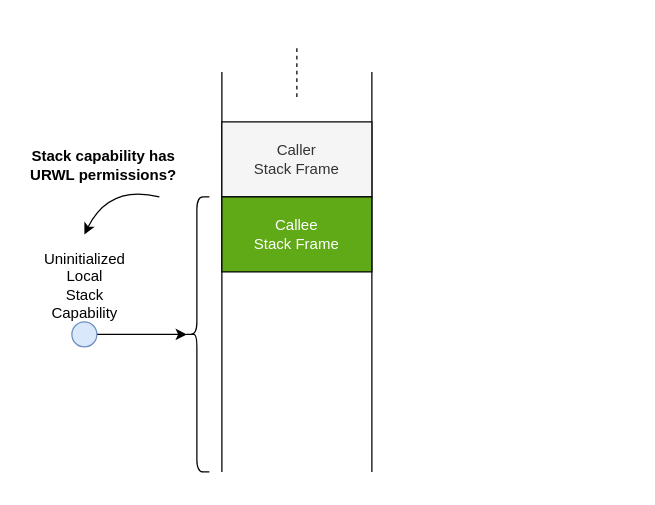
capt-hb/thesis keeps this draw.io diagram as drawio/secure-cc-explanation-3.drawio. Above is the earlier version. Source tidied: cells renumbered, new cells numbered last; positions are measured from the earlier drawing's top-left corner, leaving out a move shared by most shapes. Both pictures are drawn from the tidied source at 125%, with x=0, y=0 at pixel (21, 21).
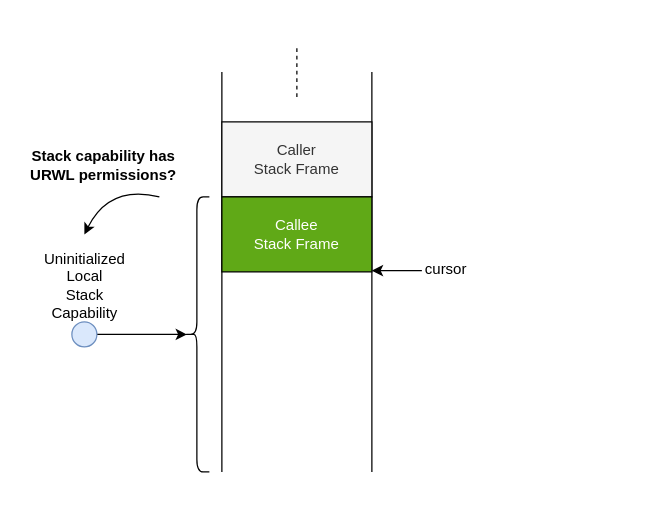
Above is the later version.

Change to the diagram source:
```diff
@@
+    <mxCell id="14" style="endArrow=classic;html=1;fontSize=12;" parent="1" edge="1">
+      <mxGeometry relative="1" as="geometry">
+        <mxPoint x="320" y="199" as="sourcePoint" />
+        <mxPoint x="280" y="199" as="targetPoint" />
+      </mxGeometry>
+    </mxCell>
+    <mxCell id="15" value="cursor" style="edgeLabel;html=1;align=center;verticalAlign=middle;fontSize=12;" parent="14" vertex="1">
+      <mxGeometry x="-1" y="-6" relative="1" as="geometry">
+        <mxPoint x="18" y="4" as="offset" />
+      </mxGeometry>
+    </mxCell>
```
